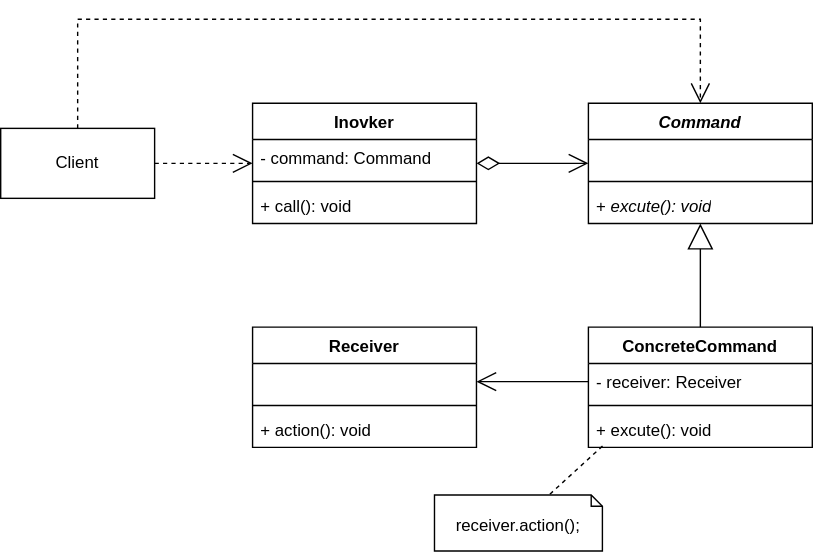
arashethis/design-pattern keeps this draw.io diagram as assets/images/command.svg. Above is the earlier version. Source tidied: cells renumbered, new cells last; positions are measured from the earlier drawing's top-left corner, leaving out a move shared by most shapes.
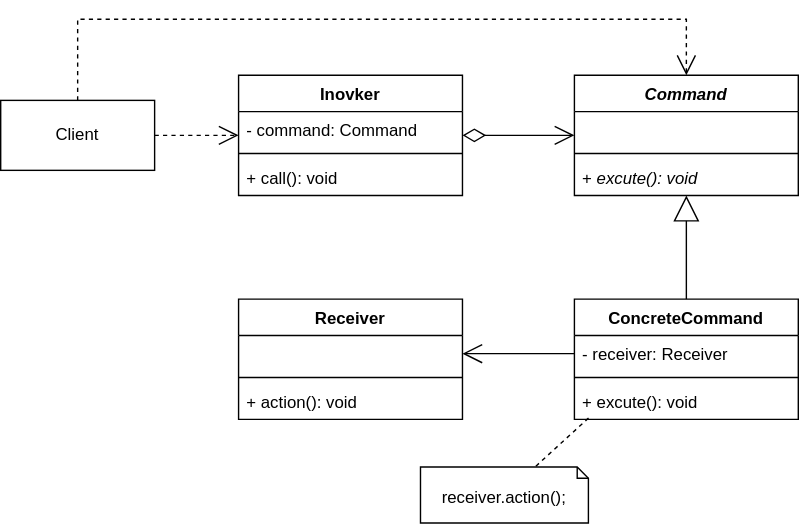
Later version of the same file.

What changed in the source:
```diff
@@ -11,7 +11,7 @@
     <mxCell id="4" style="line;strokeWidth=1;fillColor=none;align=left;verticalAlign=middle;spacingTop=-1;spacingLeft=3;spacingRight=3;labelPosition=right;strokeColor=inherit;" parent="2" vertex="1">
       <mxGeometry y="52" width="160" height="8" as="geometry" />
     </mxCell>
-    <mxCell id="5" value="+ &lt;i&gt;excute(): void&lt;/i&gt;" style="text;strokeColor=none;fillColor=none;align=left;verticalAlign=top;spacingLeft=4;spacingRight=4;overflow=hidden;points=[[0,0.5],[1,0.5]];portConstraint=eastwest;whiteSpace=wrap;html=1;" parent="2" vertex="1">
+    <mxCell id="5" value="+ &lt;i&gt;excute(): void&amp;nbsp;&lt;/i&gt;" style="text;strokeColor=none;fillColor=none;align=left;verticalAlign=top;spacingLeft=4;spacingRight=4;overflow=hidden;points=[[0,0.5],[1,0.5]];portConstraint=eastwest;whiteSpace=wrap;html=1;" parent="2" vertex="1">
       <mxGeometry y="60" width="160" height="26" as="geometry" />
     </mxCell>
     <mxCell id="6" value="ConcreteCommand" style="swimlane;fontStyle=1;align=center;verticalAlign=top;horizontal=1;startSize=26;whiteSpace=wrap;html=1;" parent="1" vertex="1">
@@ -66,7 +66,7 @@
       <mxGeometry relative="1" as="geometry" />
     </mxCell>
     <mxCell id="23" value="Client" style="html=1;whiteSpace=wrap;" parent="1" vertex="1">
-      <mxGeometry y="78" width="110" height="50" as="geometry" />
+      <mxGeometry x="10" y="78" width="110" height="50" as="geometry" />
     </mxCell>
     <mxCell id="24" style="endArrow=open;dashed=1;endFill=0;endSize=12;html=1;rounded=0;" parent="1" edge="1" source="23" target="14">
       <mxGeometry relative="1" as="geometry" />
@@ -74,8 +74,8 @@
     <mxCell id="25" style="endArrow=open;dashed=1;endFill=0;endSize=12;html=1;rounded=0;entryX=0.5;entryY=0;entryDx=0;entryDy=0;" parent="1" edge="1" source="23" target="2">
       <mxGeometry relative="1" as="geometry">
         <Array as="points">
-          <mxPoint x="55" />
-          <mxPoint x="500" />
+          <mxPoint x="65" y="20" />
+          <mxPoint x="500" y="20" />
         </Array>
       </mxGeometry>
     </mxCell>
```
